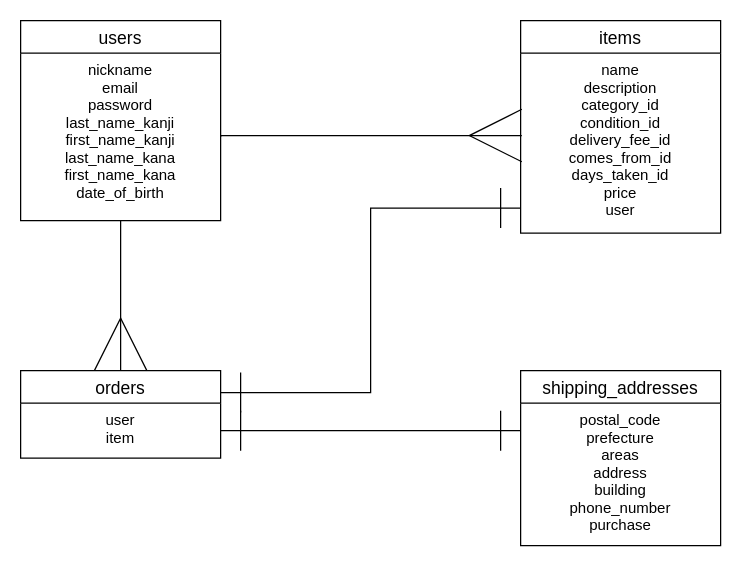
2DN/furima-33934 keeps this draw.io diagram as er.dio. Above is the earlier version. Source tidied: cells renumbered, new cells numbered last; positions are measured from the earlier drawing's top-left corner, leaving out a move shared by most shapes. Both pictures are drawn from the tidied source at 125%, with x=0, y=0 at pixel (20, 20).
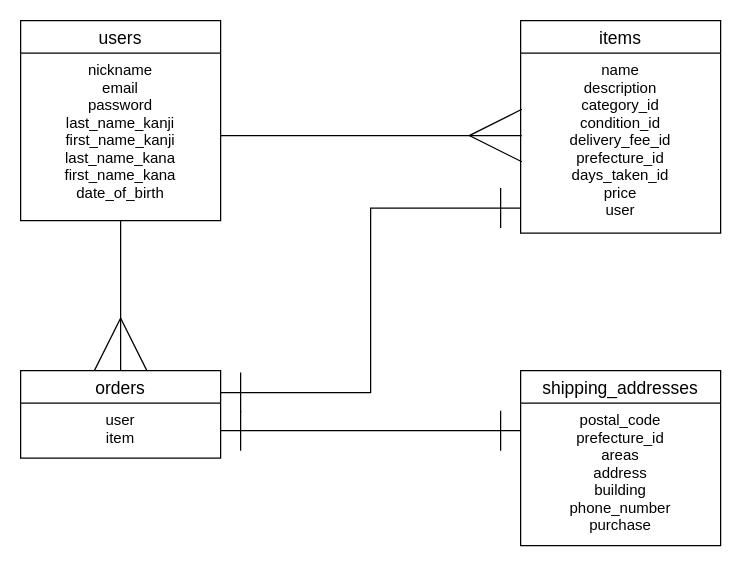
Above is the later version.

The edit, as a diff of the source:
```diff
@@
 <mxGraphModel>
   <root>
     <mxCell id="0" />
     <mxCell id="1" parent="0" />
     <mxCell id="2" style="edgeStyle=orthogonalEdgeStyle;rounded=0;jettySize=auto;html=1;entryX=0.5;entryY=0;entryDx=0;entryDy=0;endArrow=ERmany;endFill=0;endSize=40;" parent="1" edge="1" source="3" target="8">
       <mxGeometry relative="1" as="geometry" />
     </mxCell>
     <mxCell id="3" value="users" style="swimlane;fontStyle=0;horizontal=1;startSize=26;align=center;fontSize=14;" parent="1" vertex="1">
       <mxGeometry width="160" height="160" as="geometry" />
     </mxCell>
     <mxCell id="4" value="nickname&#10;email&#10;password&#10;last_name_kanji&#10;first_name_kanji&#10;last_name_kana&#10;first_name_kana&#10;date_of_birth" style="text;strokeColor=none;fillColor=none;spacingLeft=4;spacingRight=4;overflow=hidden;points=[[0,0.5],[1,0.5]];portConstraint=eastwest;fontSize=12;align=center;" parent="3" vertex="1">
       <mxGeometry y="26" width="160" height="134" as="geometry" />
     </mxCell>
     <mxCell id="5" value="items" style="swimlane;fontStyle=0;horizontal=1;startSize=26;align=center;fontSize=14;" parent="1" vertex="1">
       <mxGeometry x="400" width="160" height="170" as="geometry" />
     </mxCell>
-    <mxCell id="6" value="name&#10;description&#10;category_id&#10;condition_id&#10;delivery_fee_id&#10;comes_from_id&#10;days_taken_id&#10;price&#10;user" style="text;strokeColor=none;fillColor=none;spacingLeft=4;spacingRight=4;overflow=hidden;points=[[0,0.5],[1,0.5]];portConstraint=eastwest;fontSize=12;align=center;" parent="5" vertex="1">
+    <mxCell id="6" value="name&#10;description&#10;category_id&#10;condition_id&#10;delivery_fee_id&#10;prefecture_id&#10;days_taken_id&#10;price&#10;user" style="text;strokeColor=none;fillColor=none;spacingLeft=4;spacingRight=4;overflow=hidden;points=[[0,0.5],[1,0.5]];portConstraint=eastwest;fontSize=12;align=center;" parent="5" vertex="1">
       <mxGeometry y="26" width="160" height="144" as="geometry" />
     </mxCell>
     <mxCell id="7" style="edgeStyle=orthogonalEdgeStyle;rounded=0;jettySize=auto;html=1;exitX=1;exitY=0.25;exitDx=0;exitDy=0;entryX=0;entryY=0.861;entryDx=0;entryDy=0;entryPerimeter=0;startArrow=ERone;startFill=0;startSize=30;endArrow=ERone;endFill=0;endSize=30;" parent="1" edge="1" source="8" target="6">
       <mxGeometry relative="1" as="geometry" />
     </mxCell>
     <mxCell id="8" value="orders" style="swimlane;fontStyle=0;horizontal=1;startSize=26;align=center;fontSize=14;" parent="1" vertex="1">
       <mxGeometry y="280" width="160" height="70" as="geometry" />
     </mxCell>
     <mxCell id="9" value="user&#10;item" style="text;strokeColor=none;fillColor=none;spacingLeft=4;spacingRight=4;overflow=hidden;points=[[0,0.5],[1,0.5]];portConstraint=eastwest;fontSize=12;align=center;" parent="8" vertex="1">
       <mxGeometry y="26" width="160" height="44" as="geometry" />
     </mxCell>
     <mxCell id="10" value="shipping_addresses" style="swimlane;fontStyle=0;horizontal=1;startSize=26;align=center;fontSize=14;" parent="1" vertex="1">
       <mxGeometry x="400" y="280" width="160" height="140" as="geometry" />
     </mxCell>
-    <mxCell id="11" value="postal_code&#10;prefecture&#10;areas&#10;address&#10;building&#10;phone_number&#10;purchase" style="text;strokeColor=none;fillColor=none;spacingLeft=4;spacingRight=4;overflow=hidden;fontSize=12;align=center;" parent="10" vertex="1">
+    <mxCell id="11" value="postal_code&#10;prefecture_id&#10;areas&#10;address&#10;building&#10;phone_number&#10;purchase" style="text;strokeColor=none;fillColor=none;spacingLeft=4;spacingRight=4;overflow=hidden;fontSize=12;align=center;" parent="10" vertex="1">
       <mxGeometry y="26" width="160" height="114" as="geometry" />
     </mxCell>
     <mxCell id="12" style="edgeStyle=orthogonalEdgeStyle;rounded=0;jettySize=auto;html=1;exitX=1;exitY=0.5;exitDx=0;exitDy=0;entryX=0.006;entryY=0.458;entryDx=0;entryDy=0;entryPerimeter=0;endArrow=ERmany;endFill=0;endSize=40;" parent="1" edge="1" source="4" target="6">
       <mxGeometry relative="1" as="geometry">
         <Array as="points">
           <mxPoint x="160" y="92" />
         </Array>
       </mxGeometry>
     </mxCell>
     <mxCell id="13" style="edgeStyle=orthogonalEdgeStyle;rounded=0;jettySize=auto;html=1;exitX=1;exitY=0.5;exitDx=0;exitDy=0;endArrow=ERone;endFill=0;endSize=30;startArrow=ERone;startFill=0;startSize=30;" parent="1" edge="1" source="9">
       <mxGeometry relative="1" as="geometry">
         <mxPoint x="400" y="328" as="targetPoint" />
       </mxGeometry>
     </mxCell>
   </root>
 </mxGraphModel>
```
